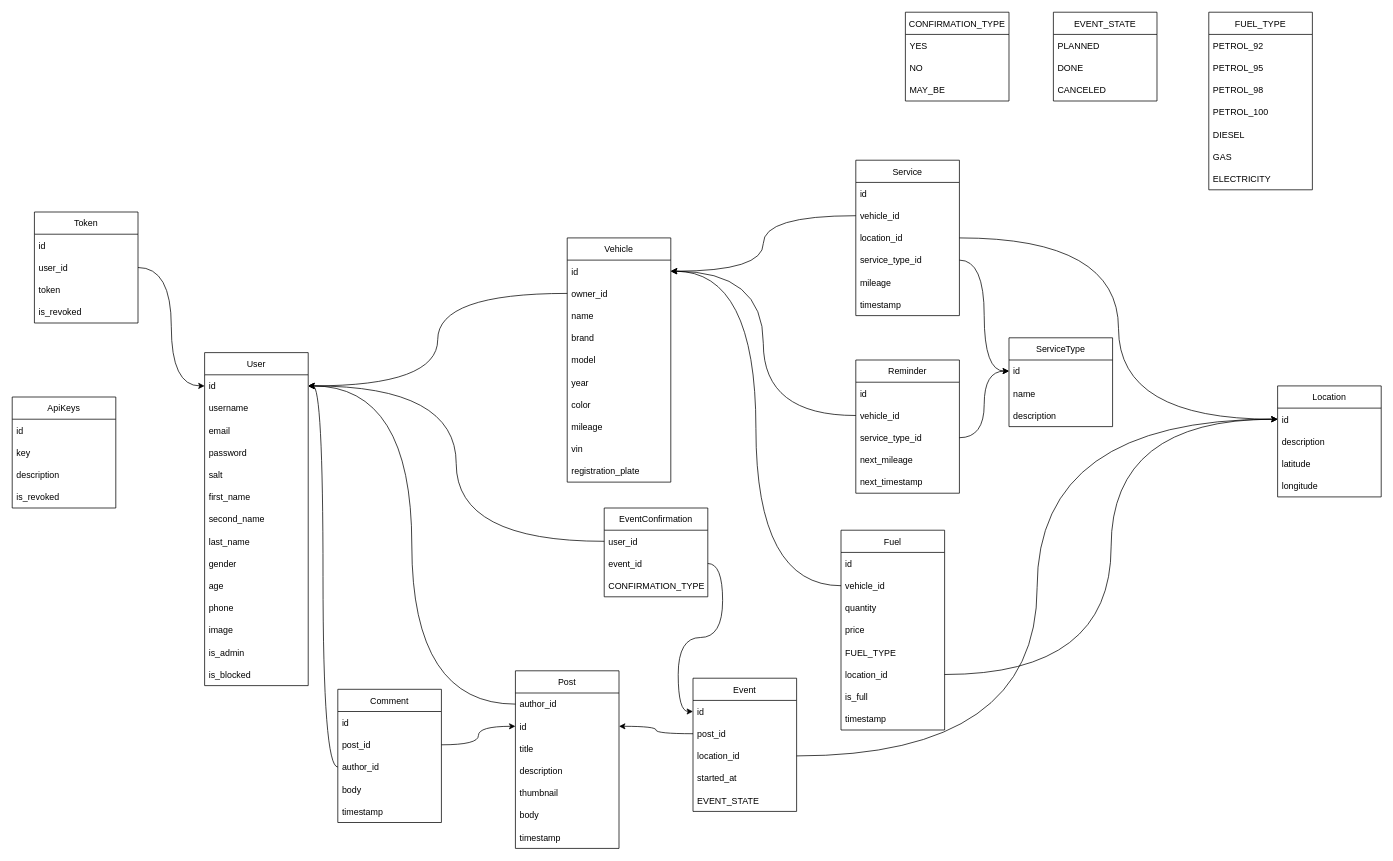
Before: page "Page-1" (1 of 2) of schema.drawio in jadjer/mores, a draw.io diagram. Source tidied: cells renumbered, new cells numbered last; positions are measured from the earlier drawing's top-left corner, leaving out a move shared by most shapes. Both pictures are drawn from the tidied source at 74%, with x=0, y=0 at pixel (12, 12).
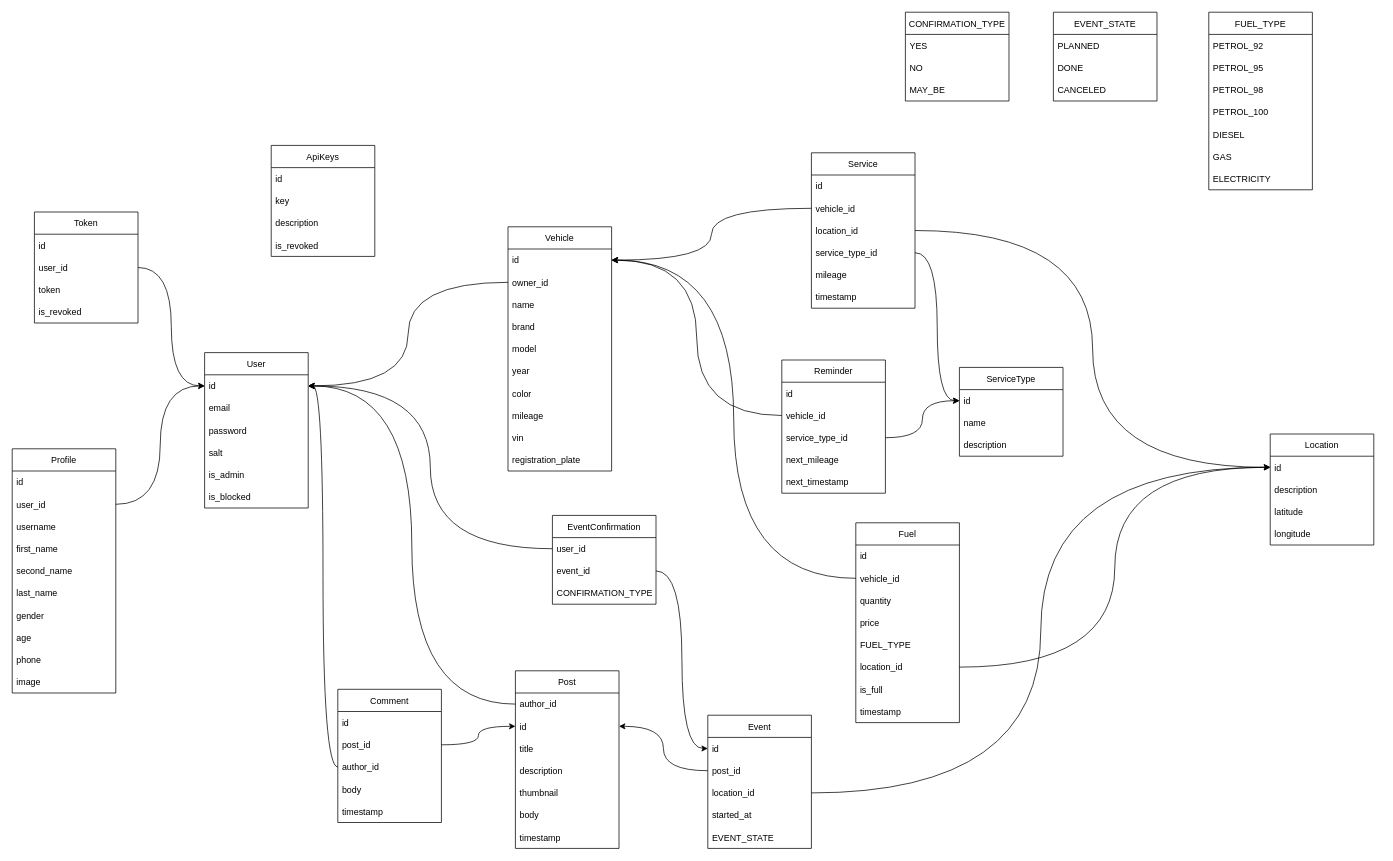
After the change.

Unchanged cells that the change refers to:
```xml
<mxCell id="3" value="id" style="text;strokeColor=none;fillColor=none;align=left;verticalAlign=middle;spacingLeft=4;spacingRight=4;overflow=hidden;points=[[0,0.5],[1,0.5]];portConstraint=eastwest;" parent="2" vertex="1">
  <mxGeometry y="30" width="140" height="30" as="geometry" />
</mxCell>
```

Change to the diagram source:
```diff
@@
     <mxCell id="2" value="User" style="swimlane;fontStyle=0;horizontal=1;startSize=30;" parent="1" vertex="1">
-      <mxGeometry x="260" y="460" width="140" height="450" as="geometry" />
+      <mxGeometry x="260" y="460" width="140" height="210" as="geometry" />
     </mxCell>
@@
-    <mxCell id="4" value="username" style="text;strokeColor=none;fillColor=none;align=left;verticalAlign=middle;spacingLeft=4;spacingRight=4;overflow=hidden;" parent="2" vertex="1">
-      <mxGeometry y="60" width="140" height="30" as="geometry" />
-    </mxCell>
     <mxCell id="5" value="email" style="text;strokeColor=none;fillColor=none;align=left;verticalAlign=middle;spacingLeft=4;spacingRight=4;overflow=hidden;" parent="2" vertex="1">
-      <mxGeometry y="90" width="140" height="30" as="geometry" />
+      <mxGeometry y="60" width="140" height="30" as="geometry" />
     </mxCell>
     <mxCell id="6" value="password" style="text;strokeColor=none;fillColor=none;align=left;verticalAlign=middle;spacingLeft=4;spacingRight=4;overflow=hidden;" parent="2" vertex="1">
-      <mxGeometry y="120" width="140" height="30" as="geometry" />
+      <mxGeometry y="90" width="140" height="30" as="geometry" />
     </mxCell>
     <mxCell id="7" value="salt" style="text;strokeColor=none;fillColor=none;align=left;verticalAlign=middle;spacingLeft=4;spacingRight=4;overflow=hidden;" parent="2" vertex="1">
-      <mxGeometry y="150" width="140" height="30" as="geometry" />
+      <mxGeometry y="120" width="140" height="30" as="geometry" />
     </mxCell>
-    <mxCell id="8" value="first_name" style="text;strokeColor=none;fillColor=none;align=left;verticalAlign=middle;spacingLeft=4;spacingRight=4;overflow=hidden;" parent="2" vertex="1">
-      <mxGeometry y="180" width="140" height="30" as="geometry" />
-    </mxCell>
-    <mxCell id="9" value="second_name" style="text;strokeColor=none;fillColor=none;align=left;verticalAlign=middle;spacingLeft=4;spacingRight=4;overflow=hidden;" parent="2" vertex="1">
-      <mxGeometry y="210" width="140" height="30" as="geometry" />
-    </mxCell>
-    <mxCell id="10" value="last_name" style="text;strokeColor=none;fillColor=none;align=left;verticalAlign=middle;spacingLeft=4;spacingRight=4;overflow=hidden;" parent="2" vertex="1">
-      <mxGeometry y="240" width="140" height="30" as="geometry" />
-    </mxCell>
-    <mxCell id="11" value="gender" style="text;strokeColor=none;fillColor=none;align=left;verticalAlign=middle;spacingLeft=4;spacingRight=4;overflow=hidden;" parent="2" vertex="1">
-      <mxGeometry y="270" width="140" height="30" as="geometry" />
-    </mxCell>
-    <mxCell id="12" value="age" style="text;strokeColor=none;fillColor=none;align=left;verticalAlign=middle;spacingLeft=4;spacingRight=4;overflow=hidden;" parent="2" vertex="1">
-      <mxGeometry y="300" width="140" height="30" as="geometry" />
-    </mxCell>
-    <mxCell id="13" value="phone" style="text;strokeColor=none;fillColor=none;align=left;verticalAlign=middle;spacingLeft=4;spacingRight=4;overflow=hidden;" parent="2" vertex="1">
-      <mxGeometry y="330" width="140" height="30" as="geometry" />
-    </mxCell>
-    <mxCell id="14" value="image" style="text;strokeColor=none;fillColor=none;align=left;verticalAlign=middle;spacingLeft=4;spacingRight=4;overflow=hidden;" parent="2" vertex="1">
-      <mxGeometry y="360" width="140" height="30" as="geometry" />
-    </mxCell>
     <mxCell id="15" value="is_admin" style="text;strokeColor=none;fillColor=none;align=left;verticalAlign=middle;spacingLeft=4;spacingRight=4;overflow=hidden;" parent="2" vertex="1">
-      <mxGeometry y="390" width="140" height="30" as="geometry" />
+      <mxGeometry y="150" width="140" height="30" as="geometry" />
     </mxCell>
     <mxCell id="16" value="is_blocked" style="text;strokeColor=none;fillColor=none;align=left;verticalAlign=middle;spacingLeft=4;spacingRight=4;overflow=hidden;" parent="2" vertex="1">
-      <mxGeometry y="420" width="140" height="30" as="geometry" />
+      <mxGeometry y="180" width="140" height="30" as="geometry" />
     </mxCell>
     <mxCell id="17" value="Vehicle" style="swimlane;fontStyle=0;horizontal=1;startSize=30;" parent="1" vertex="1">
-      <mxGeometry x="750" y="305" width="140" height="330" as="geometry" />
+      <mxGeometry x="670" y="290" width="140" height="330" as="geometry" />
     </mxCell>
@@
     <mxCell id="28" value="Service" style="swimlane;fontStyle=0;horizontal=1;startSize=30;" parent="1" vertex="1">
-      <mxGeometry x="1140" y="200" width="140" height="210" as="geometry" />
+      <mxGeometry x="1080" y="190" width="140" height="210" as="geometry" />
     </mxCell>
@@
     <mxCell id="36" value="Reminder" style="swimlane;fontStyle=0;horizontal=1;startSize=30;" parent="1" vertex="1">
-      <mxGeometry x="1140" y="470" width="140" height="180" as="geometry" />
+      <mxGeometry x="1040" y="470" width="140" height="180" as="geometry" />
     </mxCell>
@@
     <mxCell id="43" value="ServiceType" style="swimlane;fontStyle=0;horizontal=1;startSize=30;" parent="1" vertex="1">
-      <mxGeometry x="1347" y="440" width="140" height="120" as="geometry" />
+      <mxGeometry x="1280" y="480" width="140" height="120" as="geometry" />
     </mxCell>
@@
     <mxCell id="49" value="Location" style="swimlane;fontStyle=0;horizontal=1;startSize=30;" parent="1" vertex="1">
-      <mxGeometry x="1710" y="505" width="140" height="150" as="geometry" />
+      <mxGeometry x="1700" y="570" width="140" height="150" as="geometry" />
     </mxCell>
@@
     <mxCell id="54" value="Event" style="swimlane;fontStyle=0;horizontal=1;startSize=30;" parent="1" vertex="1">
-      <mxGeometry x="920" y="900" width="140" height="180" as="geometry" />
+      <mxGeometry x="940" y="950" width="140" height="180" as="geometry" />
     </mxCell>
@@
     <mxCell id="78" value="EventConfirmation" style="swimlane;fontStyle=0;horizontal=1;startSize=30;" parent="1" vertex="1">
-      <mxGeometry x="800" y="670" width="140" height="120" as="geometry" />
+      <mxGeometry x="730" y="680" width="140" height="120" as="geometry" />
     </mxCell>
@@
     <mxCell id="91" value="Fuel" style="swimlane;fontStyle=0;horizontal=1;startSize=30;" parent="1" vertex="1">
-      <mxGeometry x="1120" y="700" width="140" height="270" as="geometry" />
+      <mxGeometry x="1140" y="690" width="140" height="270" as="geometry" />
     </mxCell>
@@
     <mxCell id="120" value="ApiKeys" style="swimlane;fontStyle=0;horizontal=1;startSize=30;" parent="1" vertex="1">
-      <mxGeometry y="520" width="140" height="150" as="geometry" />
+      <mxGeometry x="350" y="180" width="140" height="150" as="geometry" />
     </mxCell>
@@
+    <mxCell id="125" value="Profile" style="swimlane;fontStyle=0;horizontal=1;startSize=30;" parent="1" vertex="1">
+      <mxGeometry y="590" width="140" height="330" as="geometry" />
+    </mxCell>
+    <mxCell id="126" value="id" style="text;strokeColor=none;fillColor=none;align=left;verticalAlign=middle;spacingLeft=4;spacingRight=4;overflow=hidden;" parent="125" vertex="1">
+      <mxGeometry y="30" width="140" height="30" as="geometry" />
+    </mxCell>
+    <mxCell id="127" value="user_id" style="text;strokeColor=none;fillColor=none;align=left;verticalAlign=middle;spacingLeft=4;spacingRight=4;overflow=hidden;points=[[0,0.5],[1,0.5]];portConstraint=eastwest;" parent="125" vertex="1">
+      <mxGeometry y="60" width="140" height="30" as="geometry" />
+    </mxCell>
+    <mxCell id="4" value="username" style="text;strokeColor=none;fillColor=none;align=left;verticalAlign=middle;spacingLeft=4;spacingRight=4;overflow=hidden;" parent="125" vertex="1">
+      <mxGeometry y="90" width="140" height="30" as="geometry" />
+    </mxCell>
+    <mxCell id="8" value="first_name" style="text;strokeColor=none;fillColor=none;align=left;verticalAlign=middle;spacingLeft=4;spacingRight=4;overflow=hidden;" parent="125" vertex="1">
+      <mxGeometry y="120" width="140" height="30" as="geometry" />
+    </mxCell>
+    <mxCell id="9" value="second_name" style="text;strokeColor=none;fillColor=none;align=left;verticalAlign=middle;spacingLeft=4;spacingRight=4;overflow=hidden;" parent="125" vertex="1">
+      <mxGeometry y="150" width="140" height="30" as="geometry" />
+    </mxCell>
+    <mxCell id="10" value="last_name" style="text;strokeColor=none;fillColor=none;align=left;verticalAlign=middle;spacingLeft=4;spacingRight=4;overflow=hidden;" parent="125" vertex="1">
+      <mxGeometry y="180" width="140" height="30" as="geometry" />
+    </mxCell>
+    <mxCell id="11" value="gender" style="text;strokeColor=none;fillColor=none;align=left;verticalAlign=middle;spacingLeft=4;spacingRight=4;overflow=hidden;" parent="125" vertex="1">
+      <mxGeometry y="210" width="140" height="30" as="geometry" />
+    </mxCell>
+    <mxCell id="12" value="age" style="text;strokeColor=none;fillColor=none;align=left;verticalAlign=middle;spacingLeft=4;spacingRight=4;overflow=hidden;" parent="125" vertex="1">
+      <mxGeometry y="240" width="140" height="30" as="geometry" />
+    </mxCell>
+    <mxCell id="13" value="phone" style="text;strokeColor=none;fillColor=none;align=left;verticalAlign=middle;spacingLeft=4;spacingRight=4;overflow=hidden;" parent="125" vertex="1">
+      <mxGeometry y="270" width="140" height="30" as="geometry" />
+    </mxCell>
+    <mxCell id="14" value="image" style="text;strokeColor=none;fillColor=none;align=left;verticalAlign=middle;spacingLeft=4;spacingRight=4;overflow=hidden;" parent="125" vertex="1">
+      <mxGeometry y="300" width="140" height="30" as="geometry" />
+    </mxCell>
+    <mxCell id="128" style="edgeStyle=orthogonalEdgeStyle;curved=1;rounded=0;jettySize=auto;html=1;exitX=1;exitY=0.5;exitDx=0;exitDy=0;" parent="1" edge="1" source="127" target="3">
+      <mxGeometry relative="1" as="geometry" />
+    </mxCell>
```
